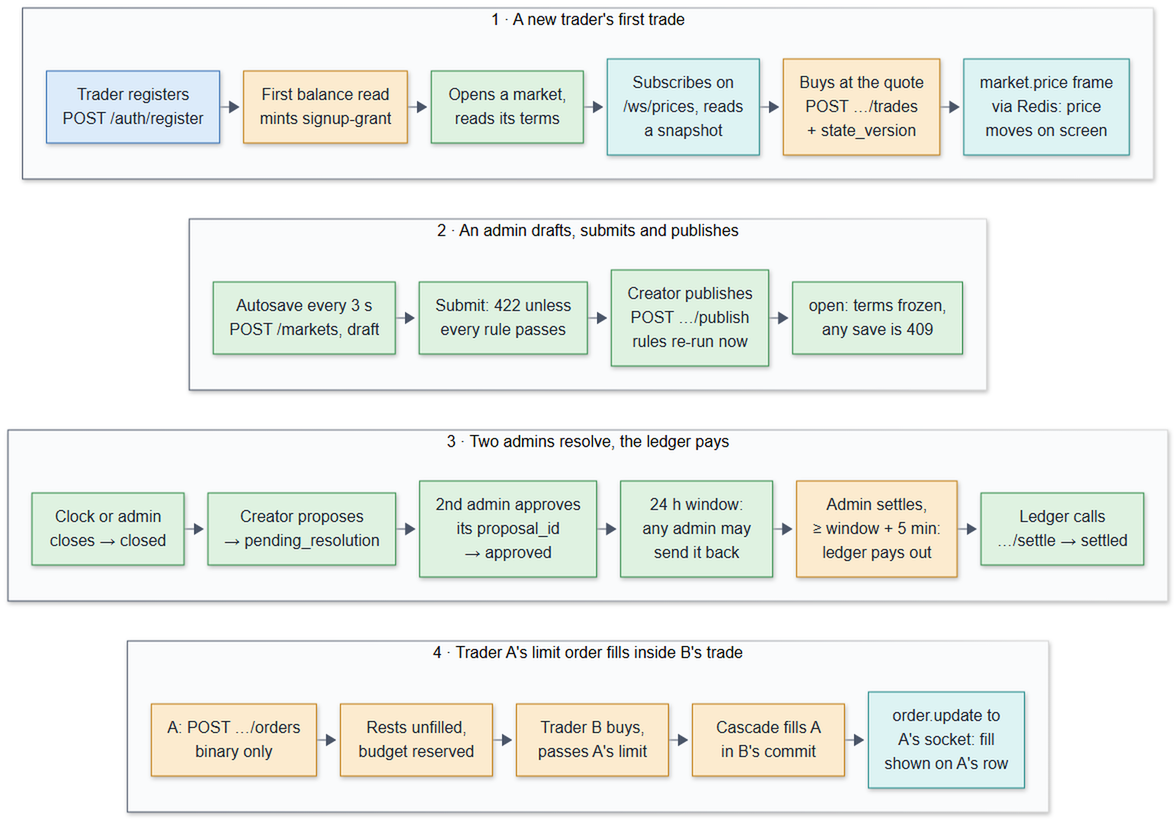
Above: docs/diagrams/rendered/14-user-journeys.png in decker757/CS464 (Mermaid), before the change. Its source is kept beside it as docs/diagrams/14-user-journeys.mmd. The source it was exported from:
```mermaid
%%{init: {"flowchart": {"wrappingWidth": 200, "nodeSpacing": 14, "rankSpacing": 20, "padding": 8}}}%%
flowchart TB
    subgraph j1["1 · A new trader's first trade"]
        direction LR
        a1["Trader registers<br/>POST /auth/register"]:::auth
        a2["First balance read<br/>mints signup-grant"]:::ledger
        a3["Opens a market,<br/>reads its terms"]:::market
        a4["Subscribes on<br/>/ws/prices, reads<br/>a snapshot"]:::realtime
        a5["Buys at the quote<br/>POST …/trades<br/>+ state_version"]:::ledger
        a6["market.price frame<br/>via Redis: price<br/>moves on screen"]:::realtime
        a1 --> a2 --> a3 --> a4 --> a5 --> a6
    end

    subgraph j2["2 · An admin drafts, submits and publishes"]
        direction LR
        b1["Autosave every 3 s<br/>POST /markets, draft"]:::market
        b2["Submit: 422 unless<br/>every rule passes"]:::market
        b3["Creator publishes<br/>POST …/publish<br/>rules re-run now"]:::market
        b4["open: terms frozen,<br/>any save is 409"]:::market
        b1 --> b2 --> b3 --> b4
    end

    subgraph j3["3 · Two admins resolve, the ledger pays"]
        direction LR
        c1["Clock or admin<br/>closes → closed"]:::market
        c2["Creator proposes<br/>→ pending_resolution"]:::market
        c3["2nd admin approves<br/>its proposal_id<br/>→ approved"]:::market
        c4["24 h window:<br/>any admin may<br/>send it back"]:::market
        c5["Admin settles,<br/>≥ window + 5 min:<br/>ledger pays out"]:::ledger
        c6["Ledger calls<br/>…/settle → settled"]:::market
        c1 --> c2 --> c3 --> c4 --> c5 --> c6
    end

    subgraph j4["4 · Trader A's limit order fills inside B's trade"]
        direction LR
        d1["A: POST …/orders<br/>binary only"]:::ledger
        d2["Rests unfilled,<br/>budget reserved"]:::ledger
        d3["Trader B buys,<br/>passes A's limit"]:::ledger
        d4["Cascade fills A<br/>in B's commit"]:::ledger
        d5["order.update to<br/>A's socket: fill<br/>shown on A's row"]:::realtime
        d1 --> d2 --> d3 --> d4 --> d5
    end

    j1 ~~~ j2 ~~~ j3 ~~~ j4

    classDef browser  fill:#F2F2F2,stroke:#555555,color:#1A202C
    classDef edge     fill:#FFF4CC,stroke:#9A7B00,color:#1A202C
    classDef auth     fill:#DCEBFA,stroke:#2F6DB5,color:#1A202C
    classDef market   fill:#DFF2E1,stroke:#2E8B47,color:#1A202C
    classDef ledger   fill:#FCEBCF,stroke:#C27C0E,color:#1A202C
    classDef audit    fill:#ECE3F7,stroke:#7048A8,color:#1A202C
    classDef realtime fill:#DDF3F3,stroke:#1F8A8A,color:#1A202C
    classDef pg       fill:#E6EBF2,stroke:#3B5068,color:#1A202C
    classDef redis    fill:#FBE0DE,stroke:#C0392B,color:#1A202C
    classDef job      fill:#FFFFFF,stroke:#4A5568,color:#1A202C,stroke-dasharray:2 2
    classDef planned  fill:#FFFFFF,stroke:#888888,color:#555555,stroke-dasharray:6 4
    classDef ext      fill:#FFFFFF,stroke:#4A5568,color:#1A202C
```
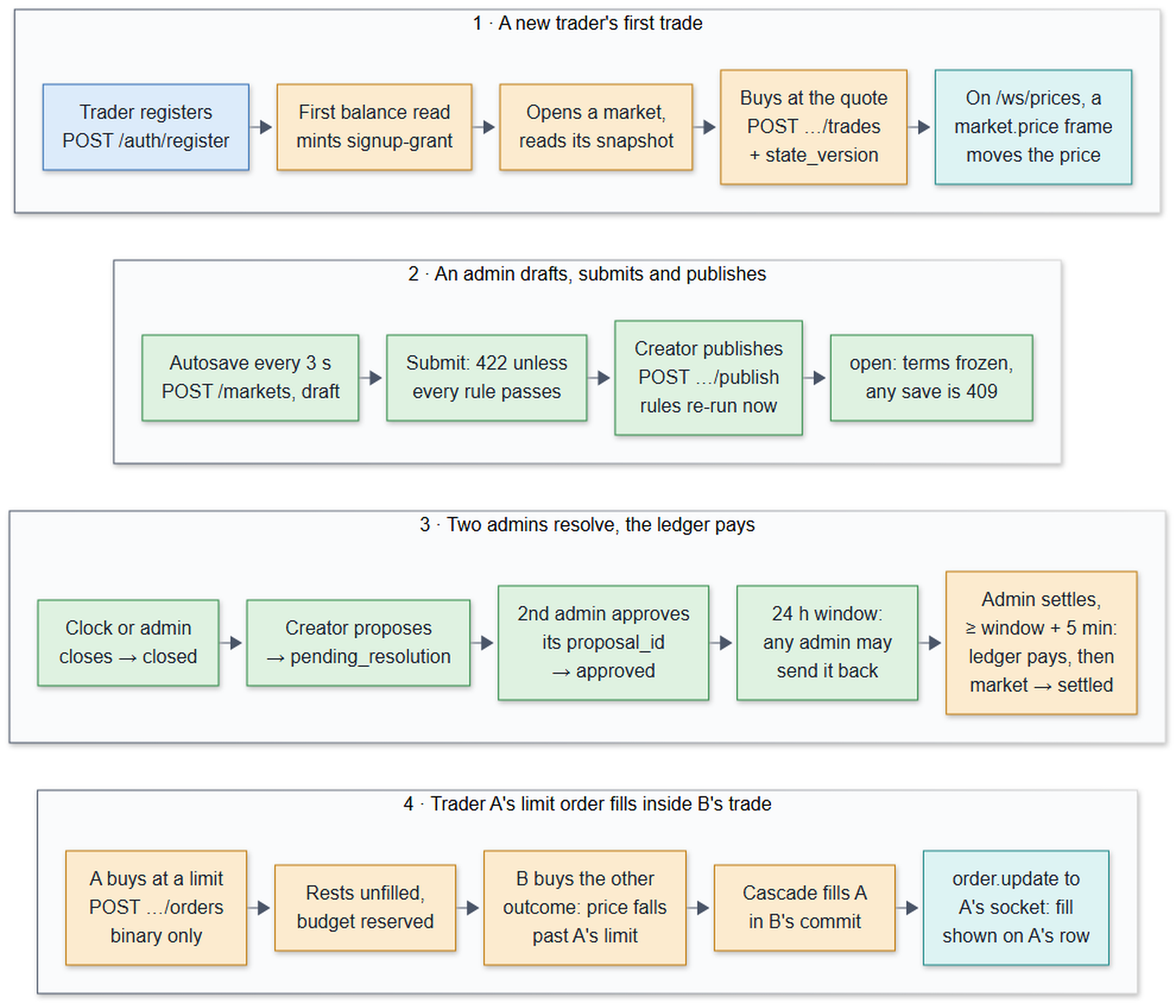
The same file after the commit.

Commit message:
fix(diagrams): larger simplified ERD, and journeys of five boxes where B's trade moves the price past A's limit

Change to the diagram source:
```diff
@@ -4,11 +4,10 @@
         direction LR
         a1["Trader registers<br/>POST /auth/register"]:::auth
         a2["First balance read<br/>mints signup-grant"]:::ledger
-        a3["Opens a market,<br/>reads its terms"]:::market
-        a4["Subscribes on<br/>/ws/prices, reads<br/>a snapshot"]:::realtime
-        a5["Buys at the quote<br/>POST …/trades<br/>+ state_version"]:::ledger
-        a6["market.price frame<br/>via Redis: price<br/>moves on screen"]:::realtime
-        a1 --> a2 --> a3 --> a4 --> a5 --> a6
+        a3["Opens a market,<br/>reads its snapshot"]:::ledger
+        a4["Buys at the quote<br/>POST …/trades<br/>+ state_version"]:::ledger
+        a5["On /ws/prices, a<br/>market.price frame<br/>moves the price"]:::realtime
+        a1 --> a2 --> a3 --> a4 --> a5
     end
 
     subgraph j2["2 · An admin drafts, submits and publishes"]
@@ -26,16 +25,15 @@
         c2["Creator proposes<br/>→ pending_resolution"]:::market
         c3["2nd admin approves<br/>its proposal_id<br/>→ approved"]:::market
         c4["24 h window:<br/>any admin may<br/>send it back"]:::market
-        c5["Admin settles,<br/>≥ window + 5 min:<br/>ledger pays out"]:::ledger
-        c6["Ledger calls<br/>…/settle → settled"]:::market
-        c1 --> c2 --> c3 --> c4 --> c5 --> c6
+        c5["Admin settles,<br/>≥ window + 5 min:<br/>ledger pays, then<br/>market → settled"]:::ledger
+        c1 --> c2 --> c3 --> c4 --> c5
     end
 
     subgraph j4["4 · Trader A's limit order fills inside B's trade"]
         direction LR
-        d1["A: POST …/orders<br/>binary only"]:::ledger
+        d1["A buys at a limit<br/>POST …/orders<br/>binary only"]:::ledger
         d2["Rests unfilled,<br/>budget reserved"]:::ledger
-        d3["Trader B buys,<br/>passes A's limit"]:::ledger
+        d3["B buys the other<br/>outcome: price falls<br/>past A's limit"]:::ledger
         d4["Cascade fills A<br/>in B's commit"]:::ledger
         d5["order.update to<br/>A's socket: fill<br/>shown on A's row"]:::realtime
         d1 --> d2 --> d3 --> d4 --> d5
```
